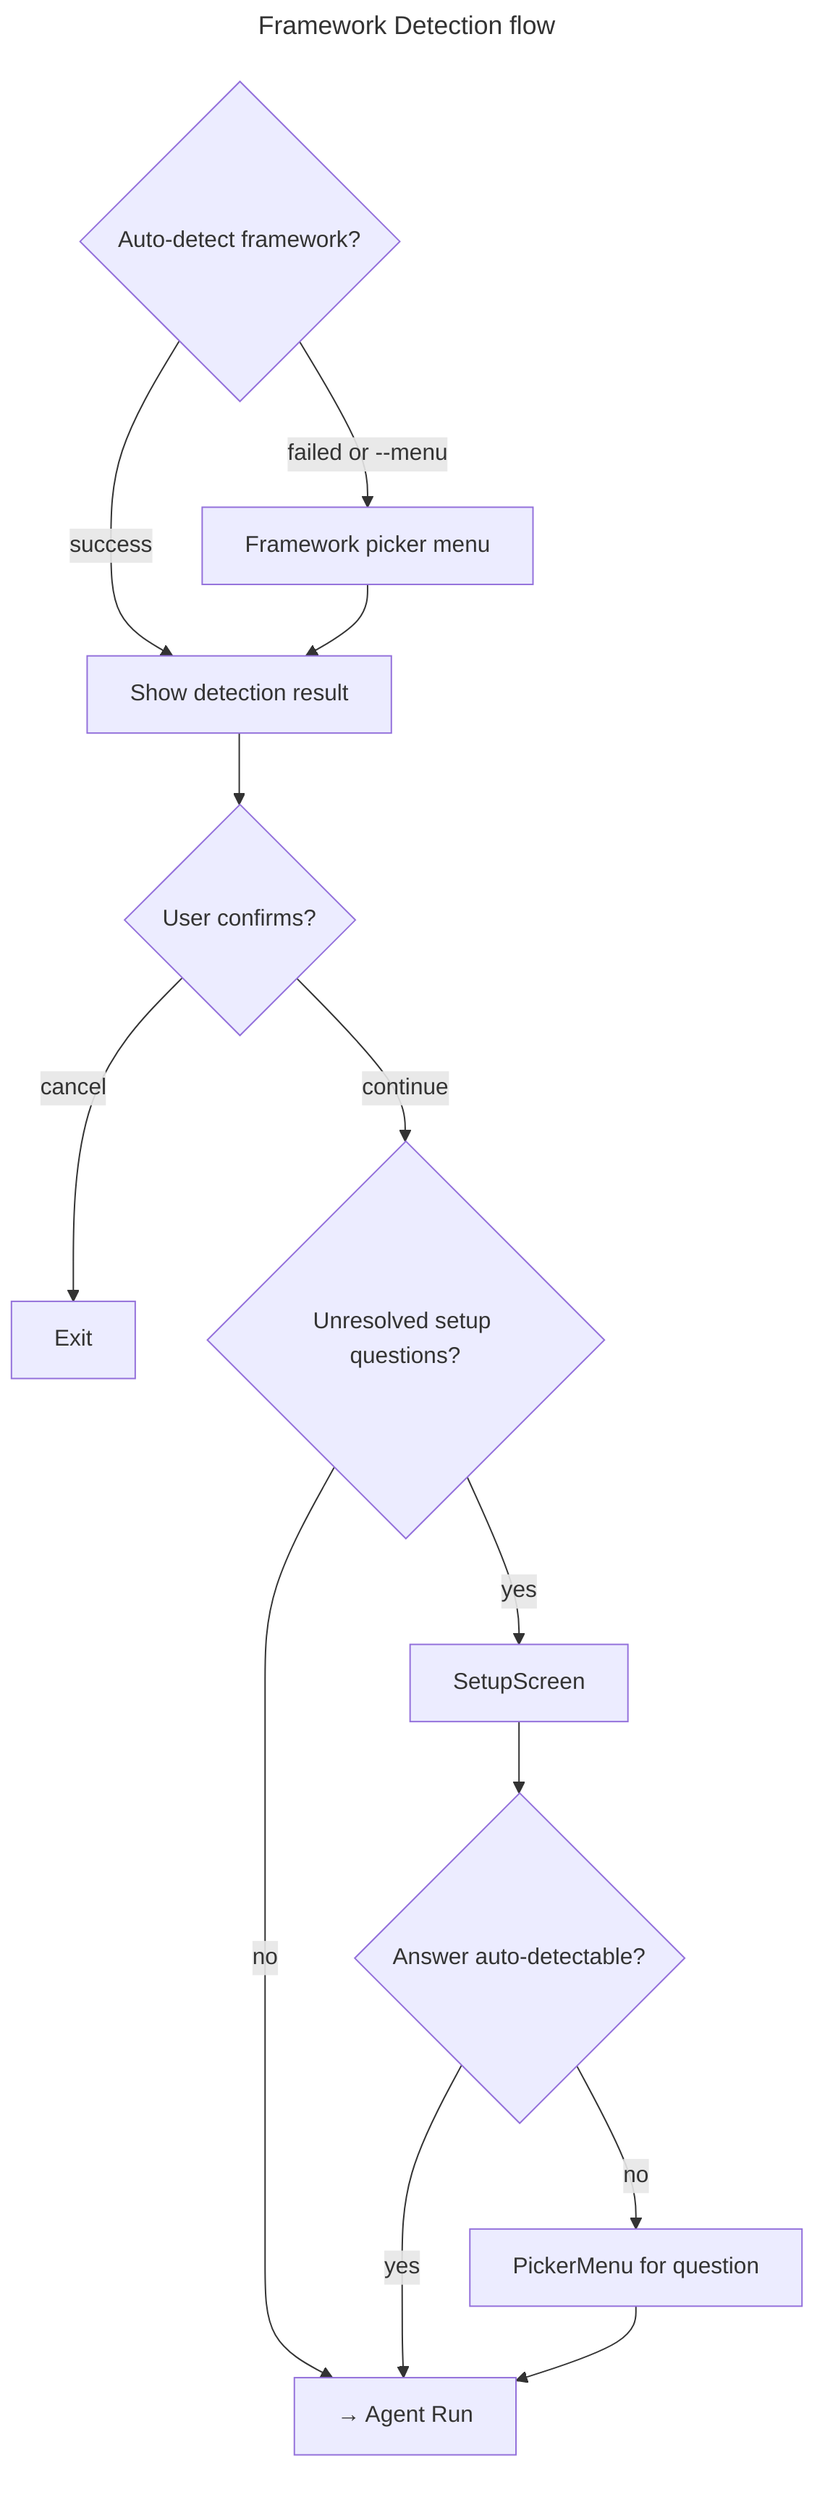
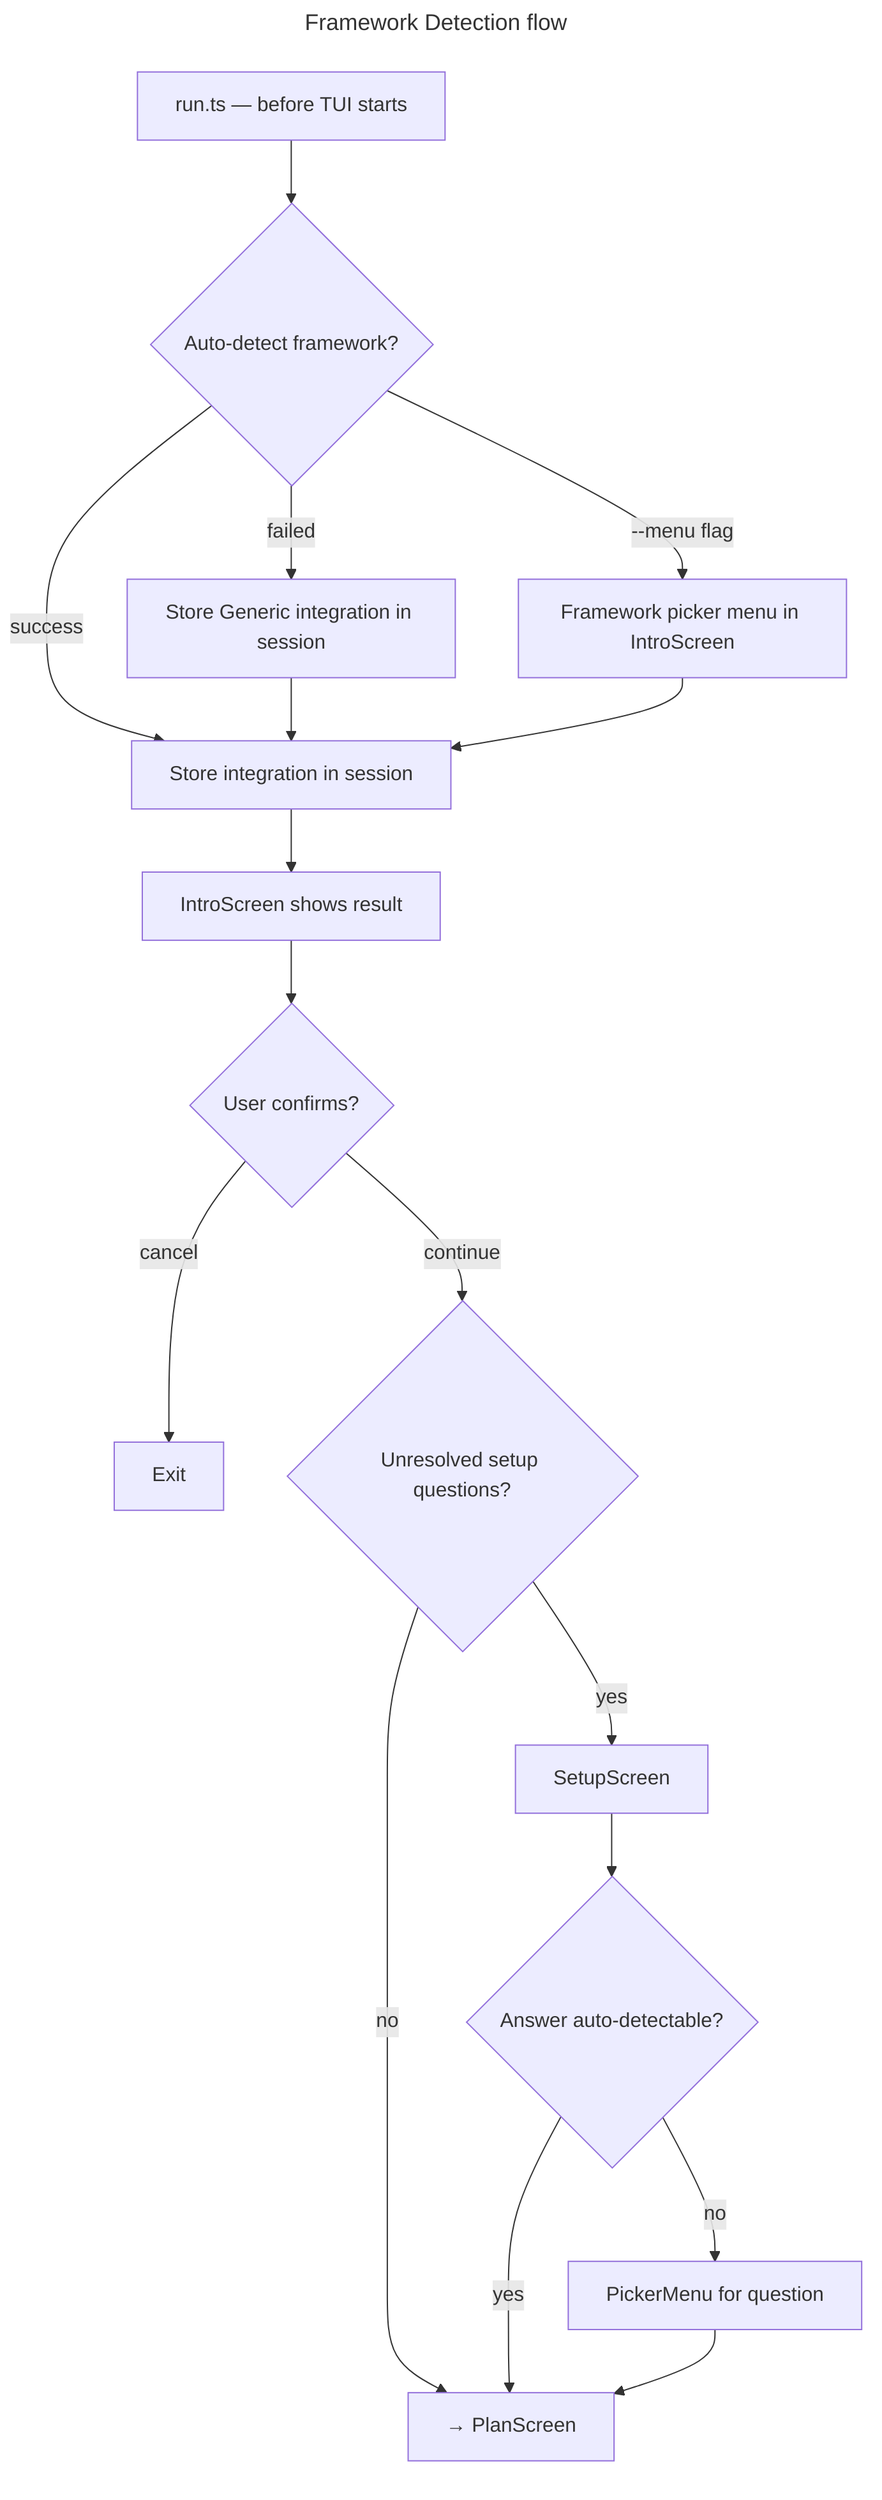
---
title: Framework Detection flow
---
flowchart TD
-     DETECT{Auto-detect framework?}
-     DETECT -->|success| RESULT["Show detection result"]
-     DETECT -->|failed or --menu| PICKER["Framework picker menu"] --> RESULT
-     RESULT --> CONFIRM{User confirms?}
+     PRE["run.ts — before TUI starts"]
+     PRE --> DETECT{Auto-detect framework?}
+     DETECT -->|success| STORE["Store integration in session"]
+     DETECT -->|failed| GENERIC["Store Generic integration in session"] --> STORE
+     DETECT -->|--menu flag| PICKER["Framework picker menu in IntroScreen"] --> STORE
+ 
+     STORE --> INTRO["IntroScreen shows result"]
+     INTRO --> CONFIRM{User confirms?}
    CONFIRM -->|cancel| EXIT["Exit"]
    CONFIRM -->|continue| SETUP_Q{Unresolved setup questions?}
-     SETUP_Q -->|no| RUN["→ Agent Run"]
+     SETUP_Q -->|no| PLAN["→ PlanScreen"]
    SETUP_Q -->|yes| SETUP["SetupScreen"]
    SETUP --> ANSWER{Answer auto-detectable?}
-     ANSWER -->|yes| RUN
-     ANSWER -->|no| PICKER_Q["PickerMenu for question"] --> RUN+     ANSWER -->|yes| PLAN
+     ANSWER -->|no| PICKER_Q["PickerMenu for question"] --> PLAN